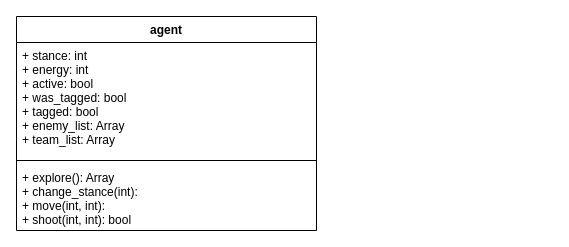
MARS-Group-HAW/model-mars-laser-tag-game keeps this draw.io diagram as page "class_diag" (3 of 3) of Documentation/game_world_1st_draft.drawio. Above is the earlier version. Source tidied: cells renumbered, new cells numbered last; positions are measured from the earlier drawing's top-left corner, leaving out a move shared by most shapes. Both pictures are drawn from the tidied source at 100%, with x=0, y=0 at pixel (16, 16).
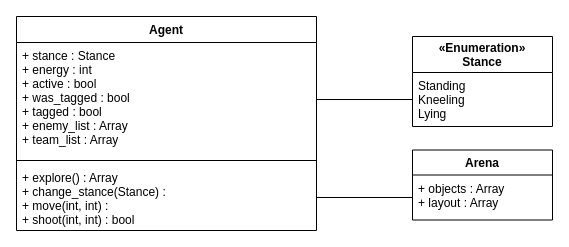
The same page after the edit.

Change to the diagram source:
```diff
@@
 <mxGraphModel>
   <root>
     <mxCell id="0" />
     <mxCell id="1" parent="0" />
-    <mxCell id="2" value="agent" style="swimlane;fontStyle=1;align=center;verticalAlign=top;horizontal=1;startSize=26;" parent="1" vertex="1">
+    <mxCell id="2" value="Agent" style="swimlane;fontStyle=1;align=center;verticalAlign=top;horizontal=1;startSize=26;" parent="1" vertex="1">
       <mxGeometry width="300" height="214" as="geometry" />
     </mxCell>
-    <mxCell id="3" value="+ stance: int&#10;+ energy: int&#10;+ active: bool&#10;+ was_tagged: bool&#10;+ tagged: bool&#10;+ enemy_list: Array&#10;+ team_list: Array&#10;" style="text;strokeColor=none;fillColor=none;align=left;verticalAlign=top;spacingLeft=4;spacingRight=4;overflow=hidden;points=[[0,0.5],[1,0.5]];portConstraint=eastwest;" parent="2" vertex="1">
+    <mxCell id="3" value="+ stance : Stance&#10;+ energy : int&#10;+ active : bool&#10;+ was_tagged : bool&#10;+ tagged : bool&#10;+ enemy_list : Array&#10;+ team_list : Array&#10;" style="text;strokeColor=none;fillColor=none;align=left;verticalAlign=top;spacingLeft=4;spacingRight=4;overflow=hidden;points=[[0,0.5],[1,0.5]];portConstraint=eastwest;" parent="2" vertex="1">
       <mxGeometry y="26" width="300" height="114" as="geometry" />
     </mxCell>
     <mxCell id="4" style="line;strokeWidth=1;fillColor=none;align=left;verticalAlign=middle;spacingTop=-1;spacingLeft=3;spacingRight=3;labelPosition=right;" parent="2" vertex="1">
       <mxGeometry y="140" width="300" height="8" as="geometry" />
     </mxCell>
-    <mxCell id="5" value="+ explore(): Array&#10;+ change_stance(int): &#10;+ move(int, int): &#10;+ shoot(int, int): bool" style="text;strokeColor=none;fillColor=none;align=left;verticalAlign=top;spacingLeft=4;spacingRight=4;overflow=hidden;points=[[0,0.5],[1,0.5]];portConstraint=eastwest;" parent="2" vertex="1">
+    <mxCell id="5" value="+ explore() : Array&#10;+ change_stance(Stance) : &#10;+ move(int, int) : &#10;+ shoot(int, int) : bool" style="text;strokeColor=none;fillColor=none;align=left;verticalAlign=top;spacingLeft=4;spacingRight=4;overflow=hidden;points=[[0,0.5],[1,0.5]];portConstraint=eastwest;" parent="2" vertex="1">
       <mxGeometry y="148" width="300" height="66" as="geometry" />
     </mxCell>
+    <mxCell id="6" style="edgeStyle=orthogonalEdgeStyle;rounded=0;jettySize=auto;html=1;entryX=1;entryY=0.5;entryDx=0;entryDy=0;endArrow=none;endFill=0;exitX=0;exitY=0.5;exitDx=0;exitDy=0;" parent="1" edge="1" source="8" target="3">
+      <mxGeometry relative="1" as="geometry" />
+    </mxCell>
+    <mxCell id="7" value="«Enumeration»&#10;Stance" style="swimlane;fontStyle=1;horizontal=1;startSize=36;fillColor=none;" parent="1" vertex="1">
+      <mxGeometry x="396" y="20" width="140" height="90" as="geometry" />
+    </mxCell>
+    <mxCell id="8" value="Standing&#10;Kneeling&#10;Lying&#10;" style="text;strokeColor=none;fillColor=none;align=left;verticalAlign=top;spacingLeft=4;spacingRight=4;overflow=hidden;points=[[0,0.5],[1,0.5]];portConstraint=eastwest;" parent="7" vertex="1">
+      <mxGeometry y="36" width="140" height="54" as="geometry" />
+    </mxCell>
+    <mxCell id="9" style="edgeStyle=orthogonalEdgeStyle;rounded=0;jettySize=auto;html=1;entryX=1;entryY=0.5;entryDx=0;entryDy=0;endArrow=none;endFill=0;exitX=0;exitY=0.5;exitDx=0;exitDy=0;" parent="1" edge="1" source="11" target="5">
+      <mxGeometry relative="1" as="geometry" />
+    </mxCell>
+    <mxCell id="10" value="Arena" style="swimlane;fontStyle=1;horizontal=1;startSize=25;fillColor=none;" parent="1" vertex="1">
+      <mxGeometry x="396" y="133.5" width="140" height="70" as="geometry" />
+    </mxCell>
+    <mxCell id="11" value="+ objects : Array&#10;+ layout : Array&#10;&#10;&#10;" style="text;strokeColor=none;fillColor=none;align=left;verticalAlign=top;spacingLeft=4;spacingRight=4;overflow=hidden;points=[[0,0.5],[1,0.5]];portConstraint=eastwest;" parent="10" vertex="1">
+      <mxGeometry y="25" width="140" height="45" as="geometry" />
+    </mxCell>
   </root>
 </mxGraphModel>
```
